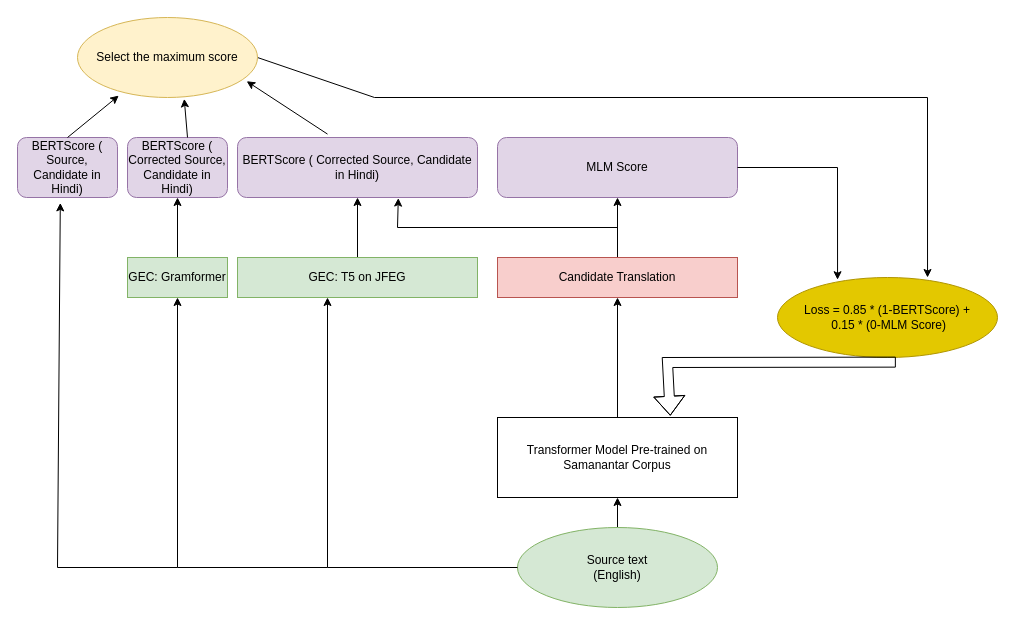
This is transformer_with_grammar_correction_mlm_bertscore.drawio from babangain/drawio, a draw.io file, before an edit. Source tidied: cells renumbered, new cells numbered last; positions are measured from the earlier drawing's top-left corner, leaving out a move shared by most shapes. Both pictures are drawn from the tidied source at 100%, with x=0, y=0 at pixel (17, 17).
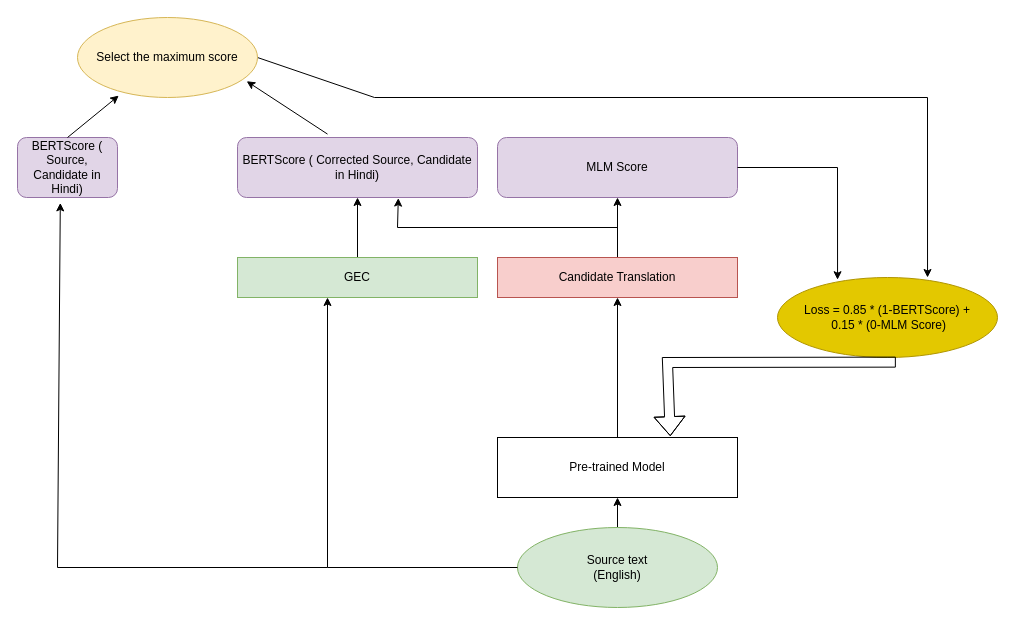
After the change.

Unchanged cells that the change refers to:
```xml
<mxCell id="21" value="BERTScore ( Source, Candidate in Hindi)" style="rounded=1;whiteSpace=wrap;html=1;fillColor=#e1d5e7;strokeColor=#9673a6;" parent="1" vertex="1">
  <mxGeometry y="120" width="100" height="60" as="geometry" />
</mxCell>
<mxCell id="24" value="Select the maximum score" style="ellipse;whiteSpace=wrap;html=1;fillColor=#fff2cc;strokeColor=#d6b656;" parent="1" vertex="1">
  <mxGeometry x="60" width="180" height="80" as="geometry" />
</mxCell>
```

Diff of the diagram source:
```diff
@@
-    <mxCell id="3" value="Transformer Model Pre-trained on&lt;br&gt;Samanantar Corpus" style="rounded=0;whiteSpace=wrap;html=1;" parent="1" vertex="1">
-      <mxGeometry x="480" y="400" width="240" height="80" as="geometry" />
+    <mxCell id="3" value="Pre-trained Model" style="rounded=0;whiteSpace=wrap;html=1;" parent="1" vertex="1">
+      <mxGeometry x="480" y="420" width="240" height="60" as="geometry" />
     </mxCell>
@@
-    <mxCell id="10" value="GEC: T5 on JFEG" style="rounded=0;whiteSpace=wrap;html=1;fillColor=#d5e8d4;strokeColor=#82b366;" parent="1" vertex="1">
+    <mxCell id="10" value="GEC" style="rounded=0;whiteSpace=wrap;html=1;fillColor=#d5e8d4;strokeColor=#82b366;" parent="1" vertex="1">
       <mxGeometry x="220" y="240" width="240" height="40" as="geometry" />
     </mxCell>
@@
-    <mxCell id="18" style="edgeStyle=orthogonalEdgeStyle;rounded=0;jettySize=auto;html=1;" parent="1" edge="1" source="20" target="19">
-      <mxGeometry relative="1" as="geometry" />
-    </mxCell>
-    <mxCell id="19" value="BERTScore ( Corrected Source, Candidate in Hindi)" style="rounded=1;whiteSpace=wrap;html=1;fillColor=#e1d5e7;strokeColor=#9673a6;" parent="1" vertex="1">
-      <mxGeometry x="110" y="120" width="100" height="60" as="geometry" />
-    </mxCell>
-    <mxCell id="20" value="GEC: Gramformer" style="rounded=0;whiteSpace=wrap;html=1;fillColor=#d5e8d4;strokeColor=#82b366;" parent="1" vertex="1">
-      <mxGeometry x="110" y="240" width="100" height="40" as="geometry" />
-    </mxCell>
@@
-    <mxCell id="22" style="endArrow=classic;html=1;rounded=0;entryX=0.5;entryY=1;entryDx=0;entryDy=0;" parent="1" edge="1" target="20">
-      <mxGeometry relative="1" as="geometry">
-        <mxPoint x="310" y="550" as="sourcePoint" />
-        <Array as="points">
-          <mxPoint x="160" y="550" />
-        </Array>
-      </mxGeometry>
-    </mxCell>
     <mxCell id="23" style="endArrow=classic;html=1;rounded=0;entryX=0.428;entryY=1.09;entryDx=0;entryDy=0;entryPerimeter=0;" parent="1" edge="1" target="21">
       <mxGeometry relative="1" as="geometry">
-        <mxPoint x="160" y="550" as="sourcePoint" />
+        <mxPoint x="310" y="550" as="sourcePoint" />
         <Array as="points">
           <mxPoint x="40" y="550" />
         </Array>
       </mxGeometry>
     </mxCell>
@@
-    <mxCell id="26" style="endArrow=classic;html=1;rounded=0;exitX=0.6;exitY=0;exitDx=0;exitDy=0;exitPerimeter=0;entryX=0.593;entryY=1.017;entryDx=0;entryDy=0;entryPerimeter=0;" parent="1" edge="1" source="19" target="24">
-      <mxGeometry relative="1" as="geometry" />
-    </mxCell>
```
